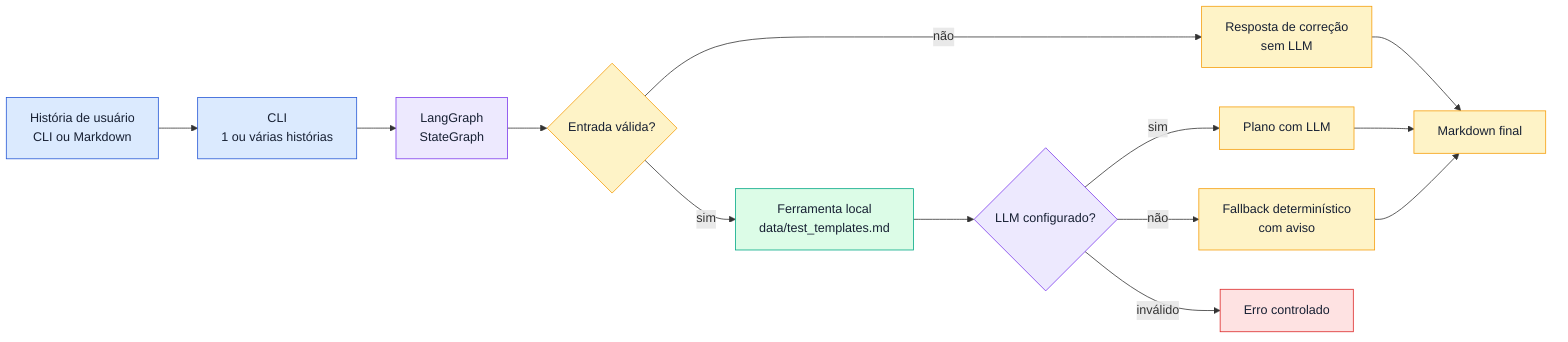
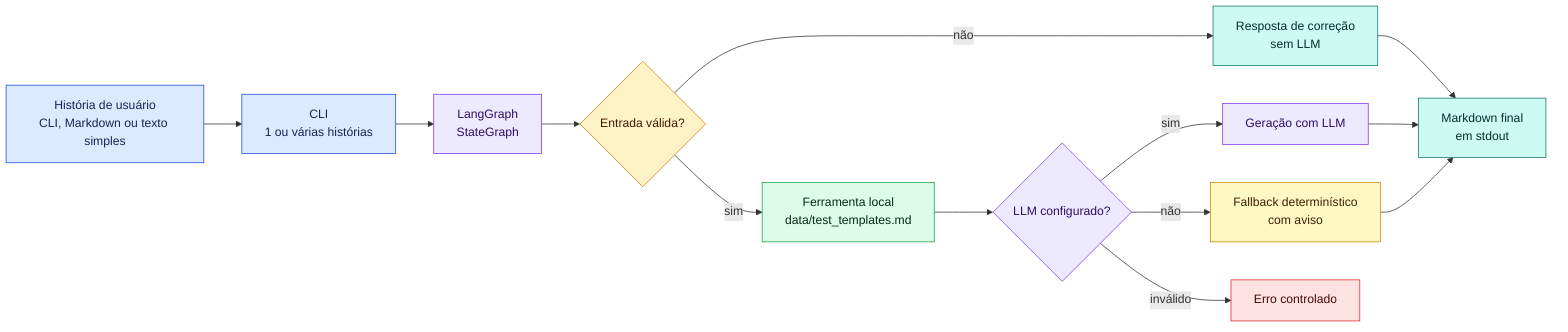
flowchart LR
-     input["História de usuário<br/>CLI ou Markdown"] --> cli["CLI<br/>1 ou várias histórias"]
+     input["História de usuário<br/>CLI, Markdown ou texto simples"] --> cli["CLI<br/>1 ou várias histórias"]
    cli --> state_graph["LangGraph<br/>StateGraph"]
    state_graph --> validation{"Entrada válida?"}
    validation -->|não| correction["Resposta de correção<br/>sem LLM"]
    validation -->|sim| context["Ferramenta local<br/>data/test_templates.md"]
    context --> generation{"LLM configurado?"}
-     generation -->|sim| llm["Plano com LLM"]
+     generation -->|sim| llm["Geração com LLM"]
    generation -->|não| fallback["Fallback determinístico<br/>com aviso"]
    generation -->|inválido| error["Erro controlado"]
-     llm --> output["Markdown final"]
+     llm --> output["Markdown final<br/>em stdout"]
    fallback --> output
    correction --> output

-     classDef inputClass fill:#dbeafe,stroke:#2457d6,color:#172033
-     classDef validationClass fill:#fef3c7,stroke:#f59e0b,color:#172033
-     classDef graphClass fill:#ede9fe,stroke:#7c3aed,color:#172033
-     classDef toolClass fill:#dcfce7,stroke:#00a884,color:#172033
-     classDef outputClass fill:#fef3c7,stroke:#f59e0b,color:#172033
-     classDef errorClass fill:#fee2e2,stroke:#dc2626,color:#172033
+     classDef inputClass fill:#dbeafe,stroke:#1d4ed8,color:#172554
+     classDef validationClass fill:#fef3c7,stroke:#d97706,color:#451a03
+     classDef graphClass fill:#ede9fe,stroke:#7c3aed,color:#2e1065
+     classDef toolClass fill:#dcfce7,stroke:#16a34a,color:#052e16
+     classDef fallbackClass fill:#fef9c3,stroke:#ca8a04,color:#422006
+     classDef stdoutClass fill:#ccfbf1,stroke:#0f766e,color:#042f2e
+     classDef errorClass fill:#fee2e2,stroke:#dc2626,color:#450a0a

    class input,cli inputClass
    class state_graph,generation graphClass
    class validation validationClass
    class context toolClass
-     class correction,llm,fallback,output outputClass
-     class error errorClass+     class correction,output stdoutClass
+     class llm graphClass
+     class fallback fallbackClass
+     class error errorClass
